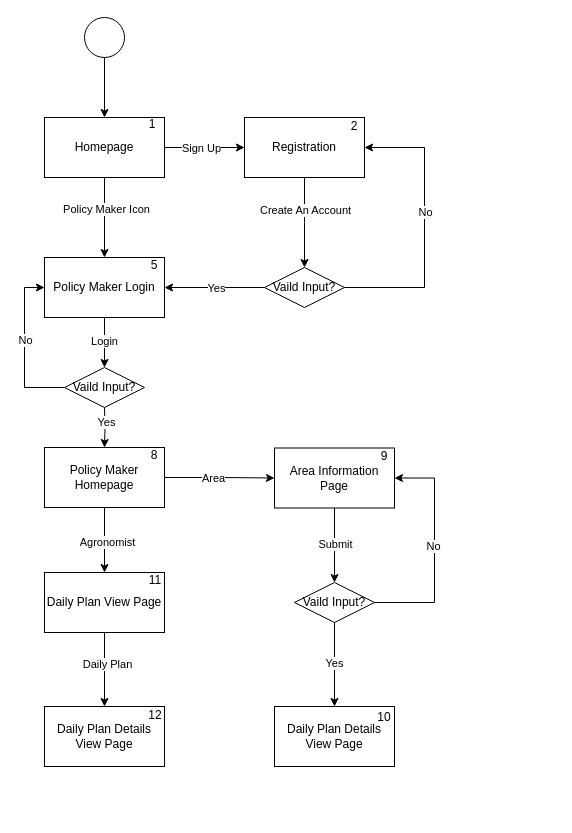
This is page "Policy Maker" (3 of 3) of DD/diagrams/webapp flow diagrams.drawio from ictar/DREAM-SE2-Project-2022, a draw.io file, before an edit. Source tidied: cells renumbered, new cells numbered last; positions are measured from the earlier drawing's top-left corner, leaving out a move shared by most shapes. Both pictures are drawn from the tidied source at 100%, with x=0, y=0 at pixel (24, 17).
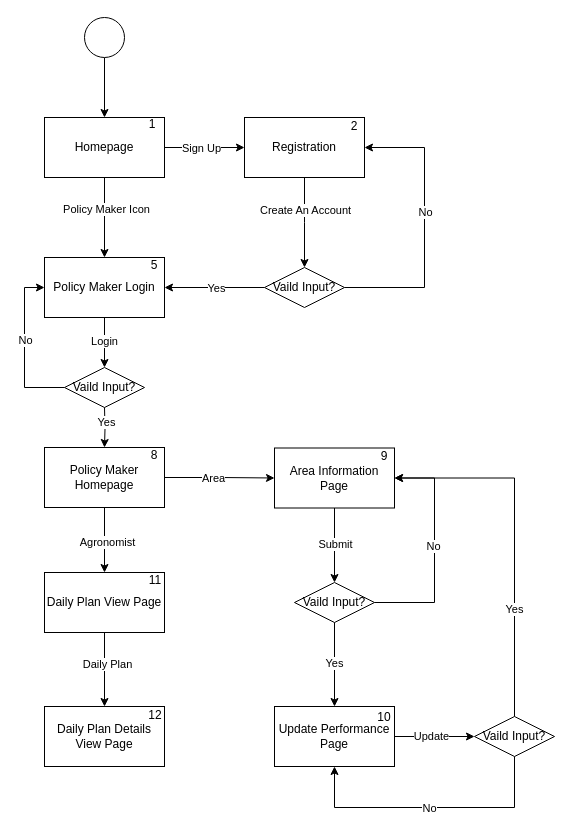
After the change.

The change refers to these unchanged cells:
```xml
<mxCell id="29" value="Area Information Page" style="rounded=0;whiteSpace=wrap;html=1;fillColor=#FFFFFF;strokeColor=default;" parent="1" vertex="1">
  <mxGeometry x="250" y="430.5" width="120" height="60" as="geometry" />
</mxCell>
```

Diff of the diagram source:
```diff
@@
+    <mxCell id="51" style="edgeStyle=orthogonalEdgeStyle;rounded=0;jettySize=auto;html=1;exitX=1;exitY=0.5;exitDx=0;exitDy=0;" parent="1" edge="1" source="45" target="55">
+      <mxGeometry relative="1" as="geometry" />
+    </mxCell>
-    <mxCell id="45" value="Daily Plan Details View Page" style="rounded=0;whiteSpace=wrap;html=1;" parent="1" vertex="1">
+    <mxCell id="45" value="Update Performance Page" style="rounded=0;whiteSpace=wrap;html=1;" parent="1" vertex="1">
       <mxGeometry x="250" y="689" width="120" height="60" as="geometry" />
     </mxCell>
@@
+    <mxCell id="52" style="edgeStyle=orthogonalEdgeStyle;rounded=0;jettySize=auto;html=1;exitX=0.5;exitY=0;exitDx=0;exitDy=0;entryX=1;entryY=0.5;entryDx=0;entryDy=0;" parent="1" edge="1" source="55" target="29">
+      <mxGeometry relative="1" as="geometry" />
+    </mxCell>
+    <mxCell id="53" value="Yes" style="edgeLabel;html=1;align=center;verticalAlign=middle;" parent="52" vertex="1">
+      <mxGeometry x="-0.4" y="1" relative="1" as="geometry" />
+    </mxCell>
+    <mxCell id="54" style="edgeStyle=orthogonalEdgeStyle;rounded=0;jettySize=auto;html=1;exitX=0.5;exitY=1;exitDx=0;exitDy=0;entryX=0.5;entryY=1;entryDx=0;entryDy=0;" parent="1" edge="1" source="55" target="45">
+      <mxGeometry relative="1" as="geometry">
+        <Array as="points">
+          <mxPoint x="490" y="790" />
+          <mxPoint x="310" y="790" />
+        </Array>
+      </mxGeometry>
+    </mxCell>
+    <mxCell id="55" value="Vaild Input?" style="rhombus;whiteSpace=wrap;html=1;fillColor=none;" parent="1" vertex="1">
+      <mxGeometry x="450" y="699" width="80" height="40" as="geometry" />
+    </mxCell>
+    <mxCell id="56" value="Update" style="edgeLabel;html=1;align=center;verticalAlign=middle;" parent="1" vertex="1">
+      <mxGeometry x="412" y="724" as="geometry">
+        <mxPoint x="-6" y="-6" as="offset" />
+      </mxGeometry>
+    </mxCell>
+    <mxCell id="57" value="No" style="edgeLabel;html=1;align=center;verticalAlign=middle;" parent="1" vertex="1">
+      <mxGeometry x="412" y="790" as="geometry">
+        <mxPoint x="-8" as="offset" />
+      </mxGeometry>
+    </mxCell>
```
